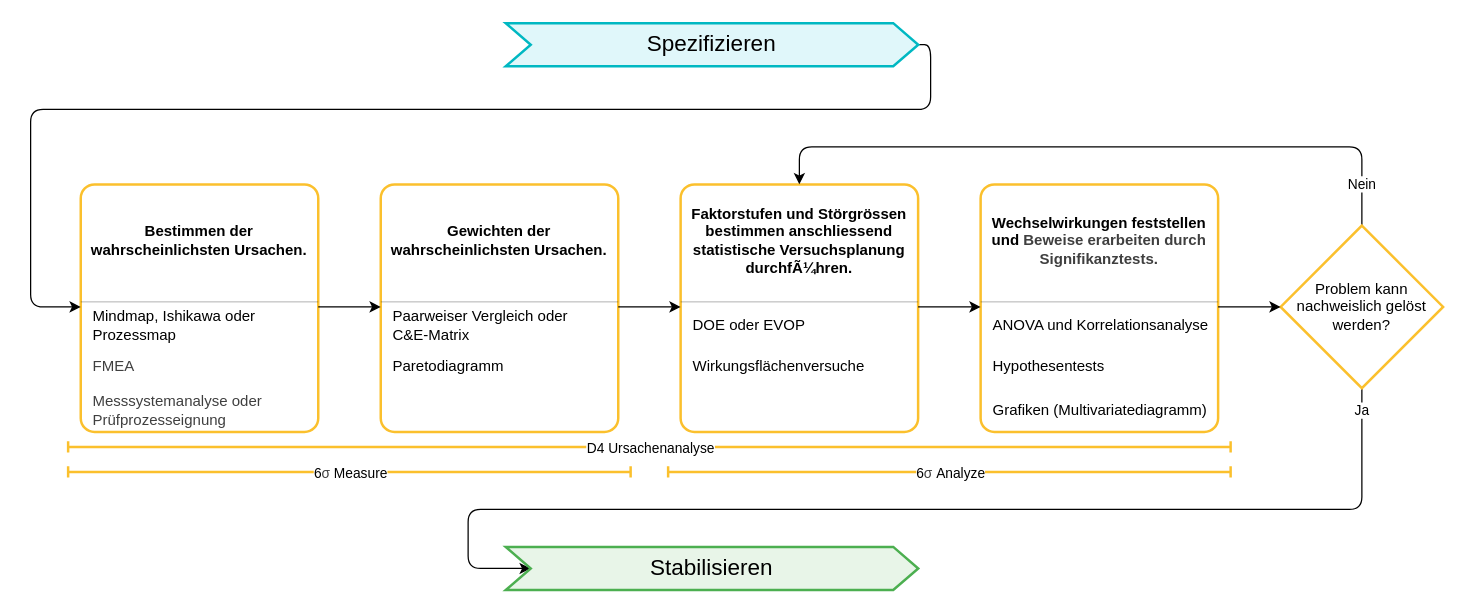
Above: page "Skrutinieren" (7 of 8) of docs/guides/3s.drawio in j4ggr/DaSPi (draw.io), before the change. Source tidied: cells renumbered, new cells numbered last; positions are measured from the earlier drawing's top-left corner, leaving out a move shared by most shapes. Both pictures are drawn from the tidied source at 125%, with x=0, y=0 at pixel (30, 22).
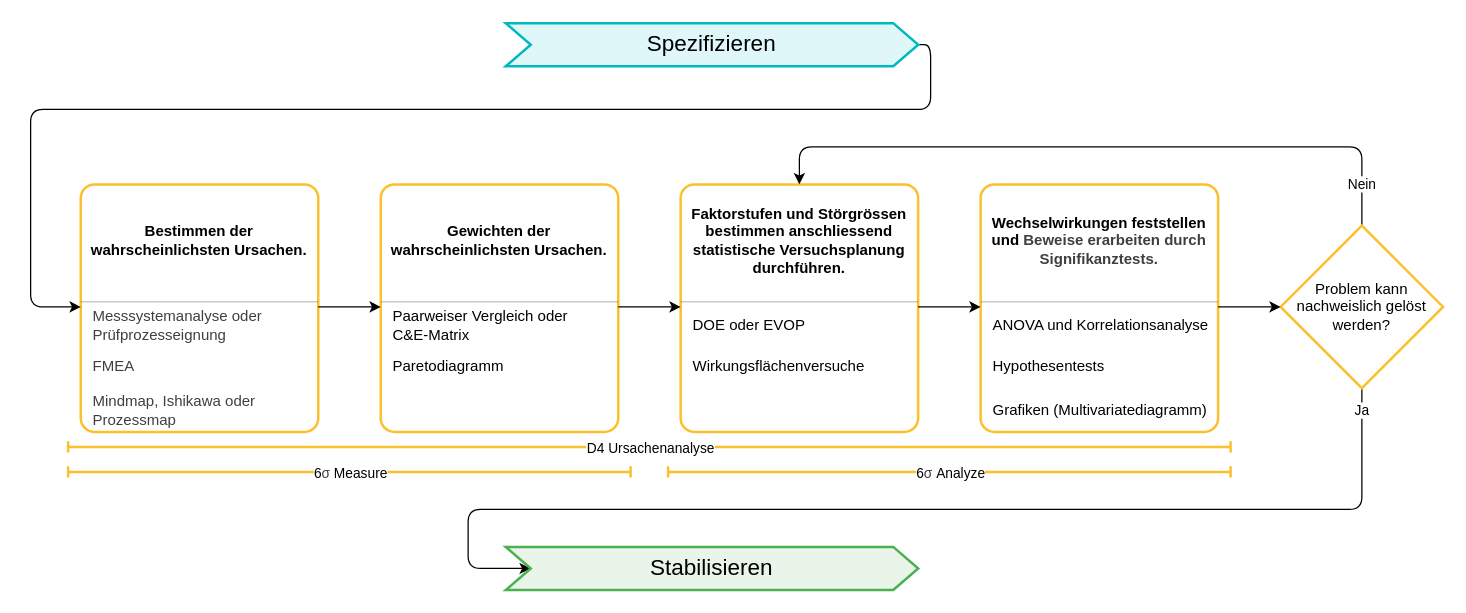
The same diagram, later.

The change refers to these unchanged cells:
```xml
<mxCell id="2" style="fontStyle=1;align=left;verticalAlign=middle;horizontal=1;rounded=1;absoluteArcSize=1;arcSize=22;fillColor=#FFFFFF;strokeColor=#fbc02d;fontFamily=Helvetica;strokeWidth=2;" parent="1" vertex="1">
  <mxGeometry x="40.1" y="129" width="190" height="198" as="geometry" />
</mxCell>
<mxCell id="14" style="fontStyle=1;align=left;verticalAlign=middle;horizontal=1;rounded=1;absoluteArcSize=1;arcSize=22;fillColor=#FFFFFF;strokeColor=#fbc02d;fontFamily=Helvetica;strokeWidth=2;" parent="1" vertex="1">
  <mxGeometry x="520" y="129" width="190" height="198" as="geometry" />
</mxCell>
```

Diff of the diagram source:
```diff
@@
-    <mxCell id="5" value="&lt;div style=&quot;&quot;&gt;&lt;span style=&quot;background-color: transparent;&quot;&gt;&lt;font&gt;Mindmap, Ishikawa oder Prozessmap&lt;/font&gt;&lt;/span&gt;&lt;/div&gt;" style="html=1;align=left;spacing=0;spacingLeft=10;verticalAlign=middle;strokeColor=none;fillColor=none;whiteSpace=wrap;fontFamily=Helvetica;" parent="2" vertex="1">
+    <mxCell id="5" value="&lt;div style=&quot;&quot;&gt;&lt;span style=&quot;color: rgb(63, 63, 63);&quot;&gt;Messsystemanalyse oder Prüfprozesseignung&lt;/span&gt;&lt;/div&gt;" style="html=1;align=left;spacing=0;spacingLeft=10;verticalAlign=middle;strokeColor=none;fillColor=none;whiteSpace=wrap;fontFamily=Helvetica;" parent="2" vertex="1">
       <mxGeometry y="98" width="190" height="30" as="geometry" />
     </mxCell>
@@
-    <mxCell id="7" value="&lt;span style=&quot;color: rgb(63, 63, 63);&quot;&gt;Messsystemanalyse oder Prüfprozesseignung&lt;/span&gt;" style="html=1;align=left;spacingLeft=10;spacing=0;verticalAlign=middle;strokeColor=none;fillColor=none;whiteSpace=wrap;fontFamily=Helvetica;" parent="2" vertex="1">
+    <mxCell id="7" value="&lt;span style=&quot;color: rgb(63, 63, 63);&quot;&gt;Mindmap, Ishikawa oder Prozessmap&lt;/span&gt;" style="html=1;align=left;spacingLeft=10;spacing=0;verticalAlign=middle;strokeColor=none;fillColor=none;whiteSpace=wrap;fontFamily=Helvetica;" parent="2" vertex="1">
       <mxGeometry y="163" width="190" height="35" as="geometry" />
     </mxCell>
@@
-    <mxCell id="15" value="&lt;font&gt;Faktorstufen und Störgrössen bestimmen anschliessend&lt;/font&gt;&lt;div&gt;&lt;font&gt;statistische Versuchsplanung durchfÃ¼hren.&lt;/font&gt;&lt;/div&gt;" style="html=1;align=center;spacing=4;verticalAlign=middle;strokeColor=none;fillColor=none;whiteSpace=wrap;fontStyle=1;fontFamily=Helvetica;" parent="14" vertex="1">
+    <mxCell id="15" value="&lt;font&gt;Faktorstufen und Störgrössen bestimmen anschliessend&lt;/font&gt;&lt;div&gt;&lt;font&gt;statistische Versuchsplanung durchführen.&lt;/font&gt;&lt;/div&gt;" style="html=1;align=center;spacing=4;verticalAlign=middle;strokeColor=none;fillColor=none;whiteSpace=wrap;fontStyle=1;fontFamily=Helvetica;" parent="14" vertex="1">
       <mxGeometry width="190" height="90" as="geometry" />
     </mxCell>
```
